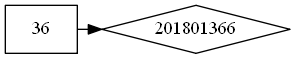
Before: Graphics/HashTable.png, a diagram exported from Graphviz (Guillermo-O-C/EDD_1S20200_PY2_201801366). Its source is kept beside it as TextFiles/HashTable.dot.
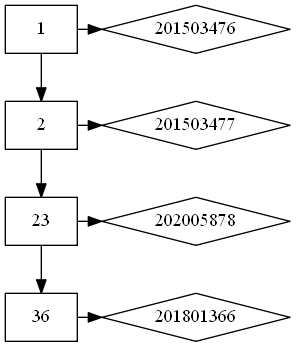
After the change.

What changed in the source:
```diff
@@ -1,6 +1,12 @@
 digraph G {
  node[shape=diamond]
-Slot_36;Slot_36->201801366[constraint=true];
+Slot_1->Slot_2->Slot_23->Slot_36;Slot_1->201503476[constraint=true];
+Slot_2->201503477[constraint=true];
+Slot_23->202005878[constraint=true];
+Slot_36->201801366[constraint=true];
+{rank=same Slot_1 201503476}
+{rank=same Slot_2 201503477}
+{rank=same Slot_23 202005878}
 {rank=same Slot_36 201801366}
-Slot_36[label="36" shape=box];
+Slot_1[label="1" shape=box];Slot_2[label="2" shape=box];Slot_23[label="23" shape=box];Slot_36[label="36" shape=box];
 }}
```
